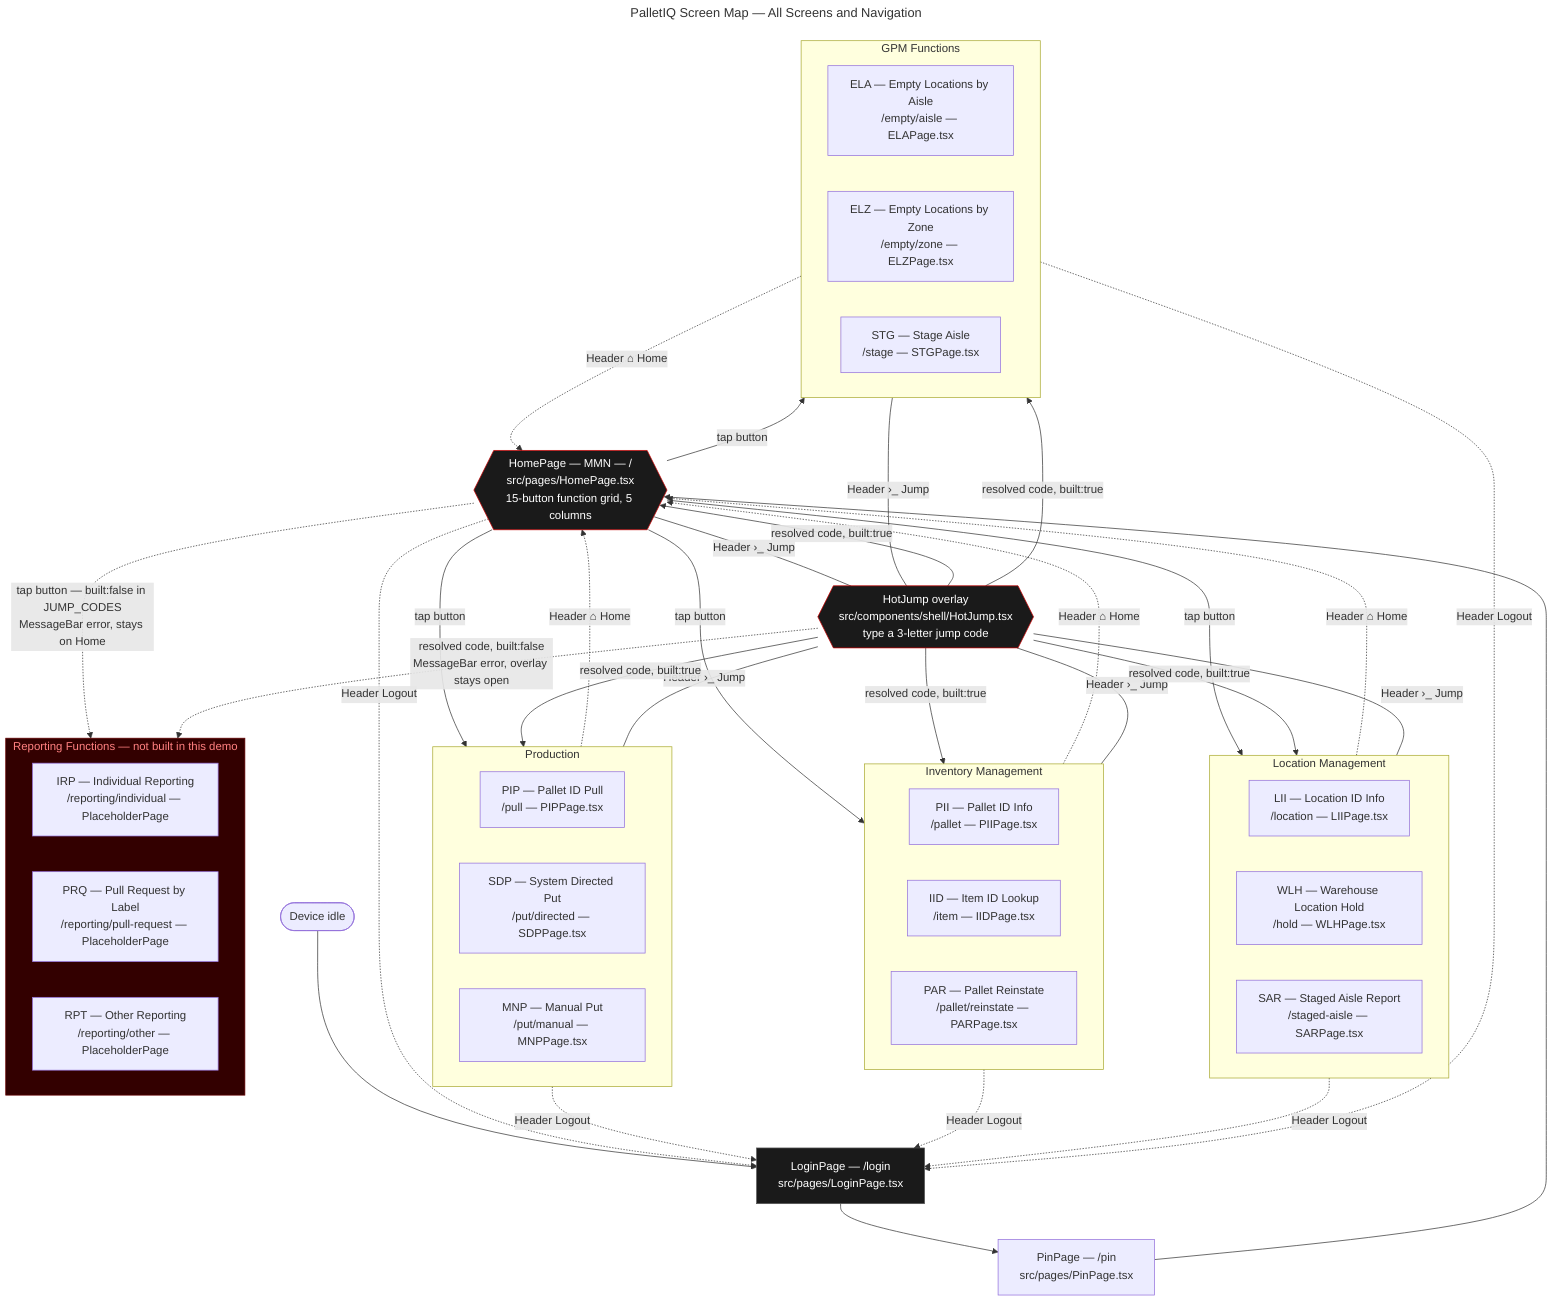
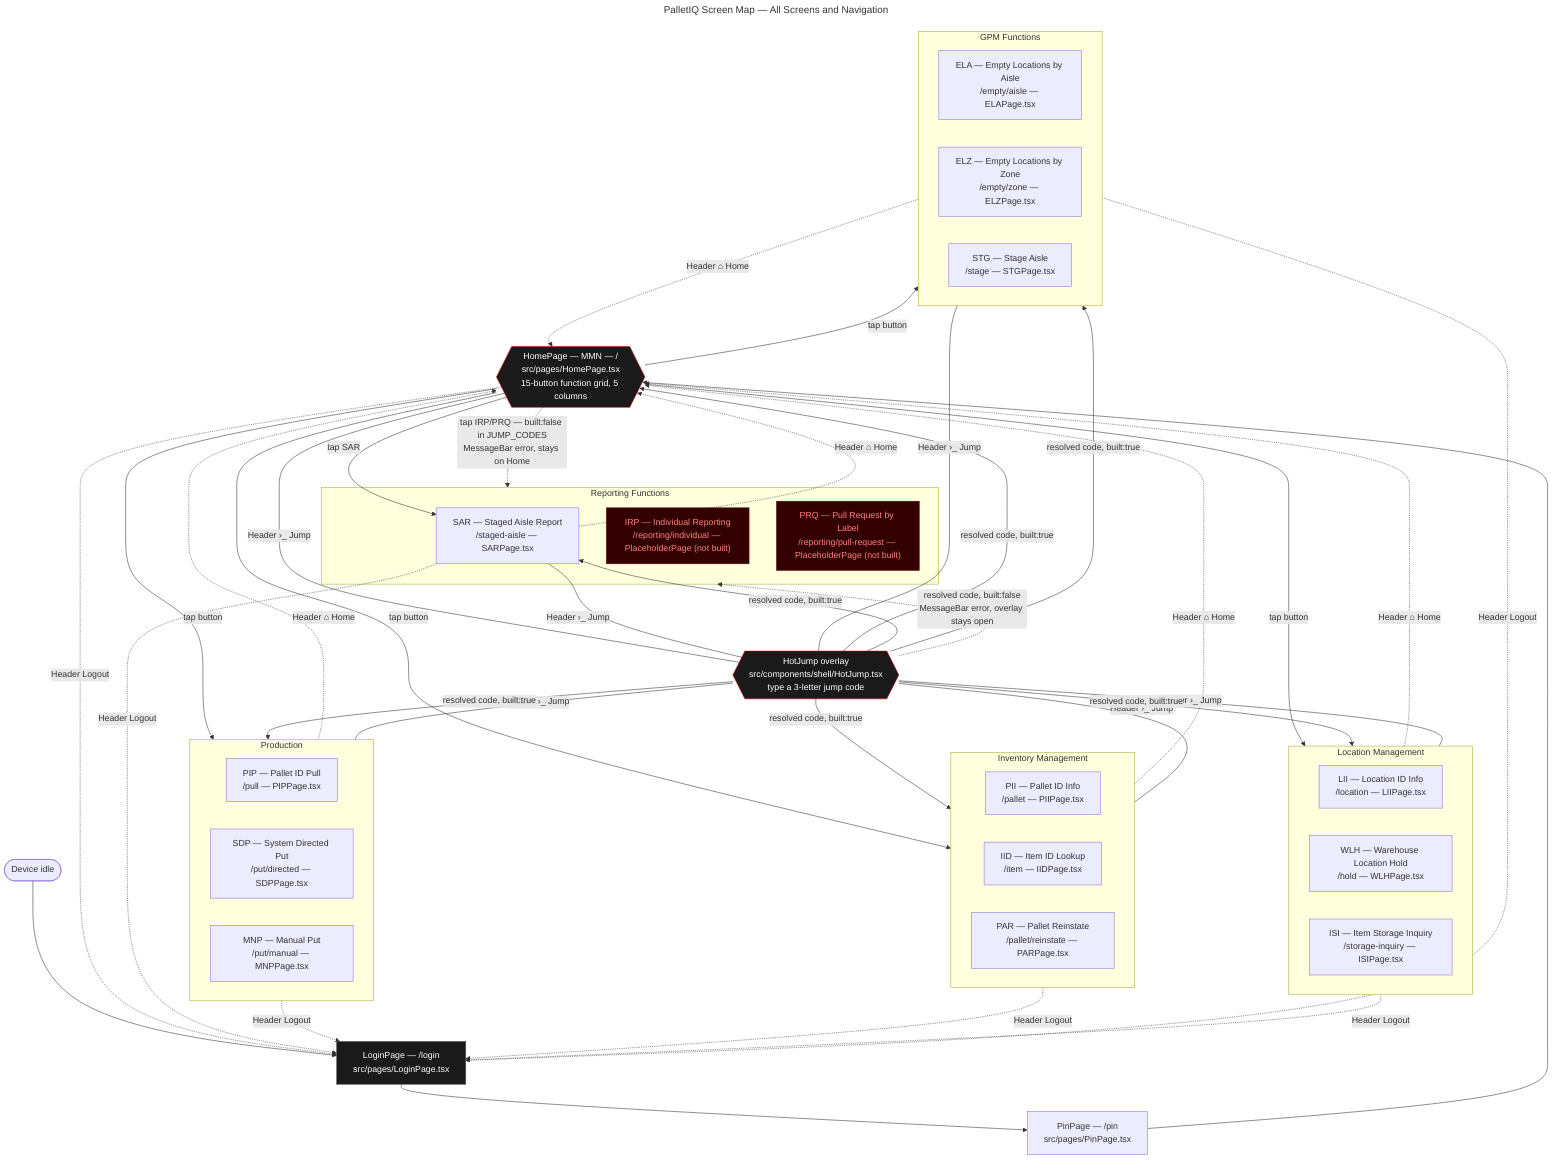
---
title: PalletIQ Screen Map — All Screens and Navigation
---
flowchart TD

    %% ============================================================
    %% Detailed step-by-step flows for individual functions live in
    %% their own files: auth-flow.mmd, mnp-flow.mmd, pip-flow.mmd, sdp-flow.mmd.
    %% This diagram is the site map — every screen and how a worker moves between them.
    %% ============================================================
    %% Header (rendered on every authenticated screen) provides four controls:
    %%   ‹ Back    — browser history back (not modeled as edges below — returns to
    %%               whichever screen was previously visited, so the destination varies)
    %%   ⌂ Home    — navigate to HomePage (/)
    %%   ›_ Jump   — opens the HotJump overlay (src/components/shell/HotJump.tsx)
    %%   Logout    — src/context/AuthContext.tsx logout(), returns to LoginPage
    %% Back/Home are dimmed on the Home screen itself (disableNav); all four are
    %% dimmed whenever NavLockContext reports a locked screen (e.g. SDP mid-reservation,
    %% src/context/NavLockContext.tsx) so a worker can't abandon an in-flight transaction.
    %% ============================================================

    Start([Device idle]) --> LGN["LoginPage — /login\nsrc/pages/LoginPage.tsx"]
    LGN --> PIN["PinPage — /pin\nsrc/pages/PinPage.tsx"]
    PIN --> HOM

    HOM{{"HomePage — MMN — /\nsrc/pages/HomePage.tsx\n15-button function grid, 5 columns"}}

    subgraph PROD["Production"]
        PIP["PIP — Pallet ID Pull\n/pull — PIPPage.tsx"]
        SDP["SDP — System Directed Put\n/put/directed — SDPPage.tsx"]
        MNP["MNP — Manual Put\n/put/manual — MNPPage.tsx"]
    end

    subgraph INV["Inventory Management"]
        PII["PII — Pallet ID Info\n/pallet — PIIPage.tsx"]
        IID["IID — Item ID Lookup\n/item — IIDPage.tsx"]
        PAR["PAR — Pallet Reinstate\n/pallet/reinstate — PARPage.tsx"]
    end

    subgraph LOC["Location Management"]
        LII["LII — Location ID Info\n/location — LIIPage.tsx"]
        WLH["WLH — Warehouse Location Hold\n/hold — WLHPage.tsx"]
-         SAR["SAR — Staged Aisle Report\n/staged-aisle — SARPage.tsx"]
+         ISI["ISI — Item Storage Inquiry\n/storage-inquiry — ISIPage.tsx"]
    end

    subgraph GPM["GPM Functions"]
        ELA["ELA — Empty Locations by Aisle\n/empty/aisle — ELAPage.tsx"]
        ELZ["ELZ — Empty Locations by Zone\n/empty/zone — ELZPage.tsx"]
        STG["STG — Stage Aisle\n/stage — STGPage.tsx"]
    end

-     subgraph RPTG["Reporting Functions — not built in this demo"]
-         IRP["IRP — Individual Reporting\n/reporting/individual — PlaceholderPage"]
-         PRQ["PRQ — Pull Request by Label\n/reporting/pull-request — PlaceholderPage"]
-         RPT["RPT — Other Reporting\n/reporting/other — PlaceholderPage"]
+     subgraph RPTG["Reporting Functions"]
+         SAR["SAR — Staged Aisle Report\n/staged-aisle — SARPage.tsx"]
+         IRP["IRP — Individual Reporting\n/reporting/individual — PlaceholderPage (not built)"]
+         PRQ["PRQ — Pull Request by Label\n/reporting/pull-request — PlaceholderPage (not built)"]
    end

-     %% Home screen function grid — tapping a button navigates directly
+     %% Home screen function grid — tapping a button navigates directly. Reporting
+     %% Functions is a mixed group: SAR is built (solid arrow), IRP/PRQ are not
+     %% (dashed arrow, same as before).
    HOM -->|tap button| PROD
    HOM -->|tap button| INV
    HOM -->|tap button| LOC
    HOM -->|tap button| GPM
-     HOM -.->|"tap button — built:false in JUMP_CODES\nMessageBar error, stays on Home"| RPTG
+     HOM -->|"tap SAR"| SAR
+     HOM -.->|"tap IRP/PRQ — built:false in JUMP_CODES\nMessageBar error, stays on Home"| RPTG

    %% Header "Home" button from any built screen
    PROD -.->|"Header ⌂ Home"| HOM
    INV -.->|"Header ⌂ Home"| HOM
    LOC -.->|"Header ⌂ Home"| HOM
    GPM -.->|"Header ⌂ Home"| HOM
+     SAR -.->|"Header ⌂ Home"| HOM

    JMP{{"HotJump overlay\nsrc/components/shell/HotJump.tsx\ntype a 3-letter jump code"}}

    %% Header "Jump" button opens the overlay from any authenticated screen, including Home
    HOM ---|"Header ›_ Jump"| JMP
    PROD ---|"Header ›_ Jump"| JMP
    INV ---|"Header ›_ Jump"| JMP
    LOC ---|"Header ›_ Jump"| JMP
    GPM ---|"Header ›_ Jump"| JMP
+     SAR ---|"Header ›_ Jump"| JMP

    %% From HotJump, a valid built code navigates immediately, closing the overlay
    JMP -->|"resolved code, built:true"| HOM
    JMP -->|"resolved code, built:true"| PROD
    JMP -->|"resolved code, built:true"| INV
    JMP -->|"resolved code, built:true"| LOC
    JMP -->|"resolved code, built:true"| GPM
+     JMP -->|"resolved code, built:true"| SAR
    JMP -.->|"resolved code, built:false\nMessageBar error, overlay stays open"| RPTG

    %% Header "Logout" button from any authenticated screen, including Home
    HOM -.->|"Header Logout"| LGN
    PROD -.->|"Header Logout"| LGN
    INV -.->|"Header Logout"| LGN
    LOC -.->|"Header Logout"| LGN
    GPM -.->|"Header Logout"| LGN
+     SAR -.->|"Header Logout"| LGN

    style HOM fill:#1a1a1a,stroke:#CC0000,color:#fff
    style JMP fill:#1a1a1a,stroke:#CC0000,color:#fff
    style LGN fill:#1a1a1a,stroke:#555,color:#fff
-     style RPTG fill:#330000,stroke:#660000,color:#ff8080
+     style IRP fill:#330000,stroke:#660000,color:#ff8080
+     style PRQ fill:#330000,stroke:#660000,color:#ff8080
